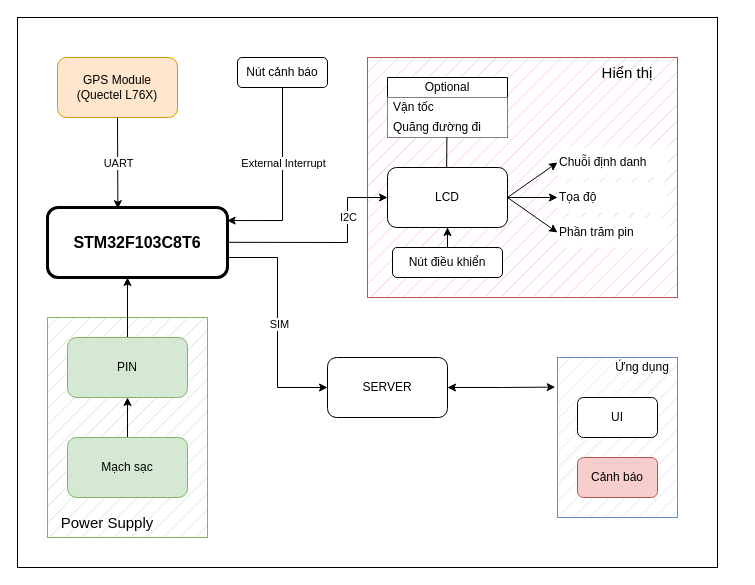
lukas0173/Draw.io keeps this draw.io diagram as GPS-device.drawio. Above is the earlier version. Source tidied: cells renumbered, new cells numbered last; positions are measured from the earlier drawing's top-left corner, leaving out a move shared by most shapes. Both pictures are drawn from the tidied source at 100%, with x=0, y=0 at pixel (17, 17).
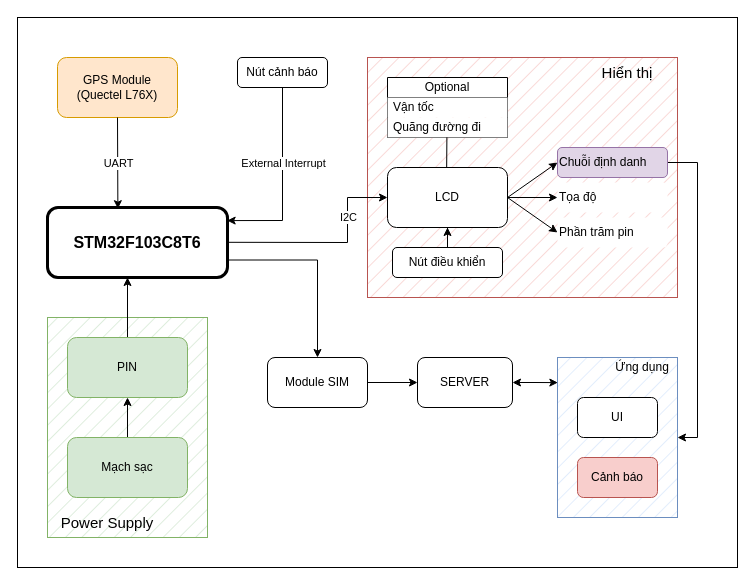
After the change.

The change refers to these unchanged cells:
```xml
<mxCell id="3" style="rounded=0;whiteSpace=wrap;html=1;fillColor=#dae8fc;strokeColor=#6c8ebf;fillStyle=hatch;" parent="1" vertex="1">
  <mxGeometry x="540" y="340" width="120" height="160" as="geometry" />
</mxCell>
<mxCell id="6" value="&lt;font style=&quot;font-size: 16px;&quot;&gt;&lt;b style=&quot;font-size: 16px;&quot;&gt;STM32F103C8T6&lt;/b&gt;&lt;/font&gt;" style="rounded=1;whiteSpace=wrap;html=1;strokeWidth=3;fontSize=16;" parent="1" vertex="1">
  <mxGeometry x="30" y="190" width="180" height="70" as="geometry" />
</mxCell>
```

Diff of the diagram source:
```diff
@@
     <mxCell id="2" style="rounded=0;whiteSpace=wrap;html=1;" parent="1" vertex="1">
-      <mxGeometry width="700" height="550" as="geometry" />
+      <mxGeometry width="720" height="550" as="geometry" />
     </mxCell>
@@
+    <mxCell id="41" style="edgeStyle=orthogonalEdgeStyle;rounded=0;jettySize=auto;html=1;exitX=1;exitY=0.75;exitDx=0;exitDy=0;entryX=0.5;entryY=0;entryDx=0;entryDy=0;" parent="1" edge="1" source="6" target="44">
+      <mxGeometry relative="1" as="geometry" />
+    </mxCell>
@@
+    <mxCell id="42" style="edgeStyle=orthogonalEdgeStyle;rounded=0;jettySize=auto;html=1;entryX=1;entryY=0.5;entryDx=0;entryDy=0;" parent="1" edge="1" source="21" target="3">
+      <mxGeometry relative="1" as="geometry">
+        <Array as="points">
+          <mxPoint x="680" y="145" />
+          <mxPoint x="680" y="420" />
+        </Array>
+      </mxGeometry>
+    </mxCell>
-    <mxCell id="21" value="Chuỗi định danh " style="text;html=1;align=left;verticalAlign=middle;whiteSpace=wrap;rounded=0;fillColor=default;" parent="1" vertex="1">
+    <mxCell id="21" value="Chuỗi định danh " style="text;html=1;align=left;verticalAlign=middle;whiteSpace=wrap;rounded=1;fillColor=#e1d5e7;strokeColor=#9673a6;" parent="1" vertex="1">
       <mxGeometry x="540" y="130" width="110" height="30" as="geometry" />
     </mxCell>
-    <mxCell id="22" value="Tọa độ " style="text;html=1;align=left;verticalAlign=middle;whiteSpace=wrap;rounded=0;fillColor=default;" parent="1" vertex="1">
+    <mxCell id="22" value="Tọa độ " style="text;html=1;align=left;verticalAlign=middle;whiteSpace=wrap;rounded=1;fillColor=default;" parent="1" vertex="1">
       <mxGeometry x="540" y="165" width="110" height="30" as="geometry" />
     </mxCell>
-    <mxCell id="23" value="Phần trăm pin " style="text;html=1;align=left;verticalAlign=middle;whiteSpace=wrap;rounded=0;fillColor=default;" parent="1" vertex="1">
+    <mxCell id="23" value="Phần trăm pin " style="text;html=1;align=left;verticalAlign=middle;whiteSpace=wrap;rounded=1;fillColor=default;" parent="1" vertex="1">
       <mxGeometry x="540" y="200" width="110" height="30" as="geometry" />
     </mxCell>
@@
     <mxCell id="34" value="SERVER " style="rounded=1;whiteSpace=wrap;html=1;" parent="1" vertex="1">
-      <mxGeometry x="310" y="340" width="120" height="60" as="geometry" />
+      <mxGeometry x="400" y="340" width="95" height="50" as="geometry" />
     </mxCell>
-    <mxCell id="35" style="endArrow=classic;html=1;rounded=0;entryX=0;entryY=0.5;entryDx=0;entryDy=0;" parent="1" edge="1" target="34">
-      <mxGeometry relative="1" as="geometry">
-        <mxPoint x="210" y="240" as="sourcePoint" />
-        <Array as="points">
-          <mxPoint x="260" y="240" />
-          <mxPoint x="260" y="370" />
-        </Array>
-      </mxGeometry>
-    </mxCell>
-    <mxCell id="36" value="&lt;div&gt;SIM&lt;/div&gt;" style="edgeLabel;html=1;align=center;verticalAlign=middle;" parent="35" vertex="1">
-      <mxGeometry x="0.01" y="1" relative="1" as="geometry" />
-    </mxCell>
@@
+    <mxCell id="43" style="edgeStyle=orthogonalEdgeStyle;rounded=0;jettySize=auto;html=1;exitX=1;exitY=0.5;exitDx=0;exitDy=0;" parent="1" edge="1" source="44" target="34">
+      <mxGeometry relative="1" as="geometry" />
+    </mxCell>
+    <mxCell id="44" value="Module SIM" style="rounded=1;whiteSpace=wrap;html=1;" parent="1" vertex="1">
+      <mxGeometry x="250" y="340" width="100" height="50" as="geometry" />
+    </mxCell>
-    <mxCell id="40" style="edgeStyle=orthogonalEdgeStyle;rounded=0;jettySize=auto;html=1;entryX=-0.019;entryY=0.185;entryDx=0;entryDy=0;entryPerimeter=0;startArrow=classic;startFill=1;" parent="1" edge="1" source="34" target="3">
+    <mxCell id="40" style="edgeStyle=orthogonalEdgeStyle;rounded=0;jettySize=auto;html=1;entryX=0.003;entryY=0.157;entryDx=0;entryDy=0;entryPerimeter=0;startArrow=classic;startFill=1;" parent="1" edge="1" source="34" target="3">
       <mxGeometry relative="1" as="geometry" />
     </mxCell>
```
